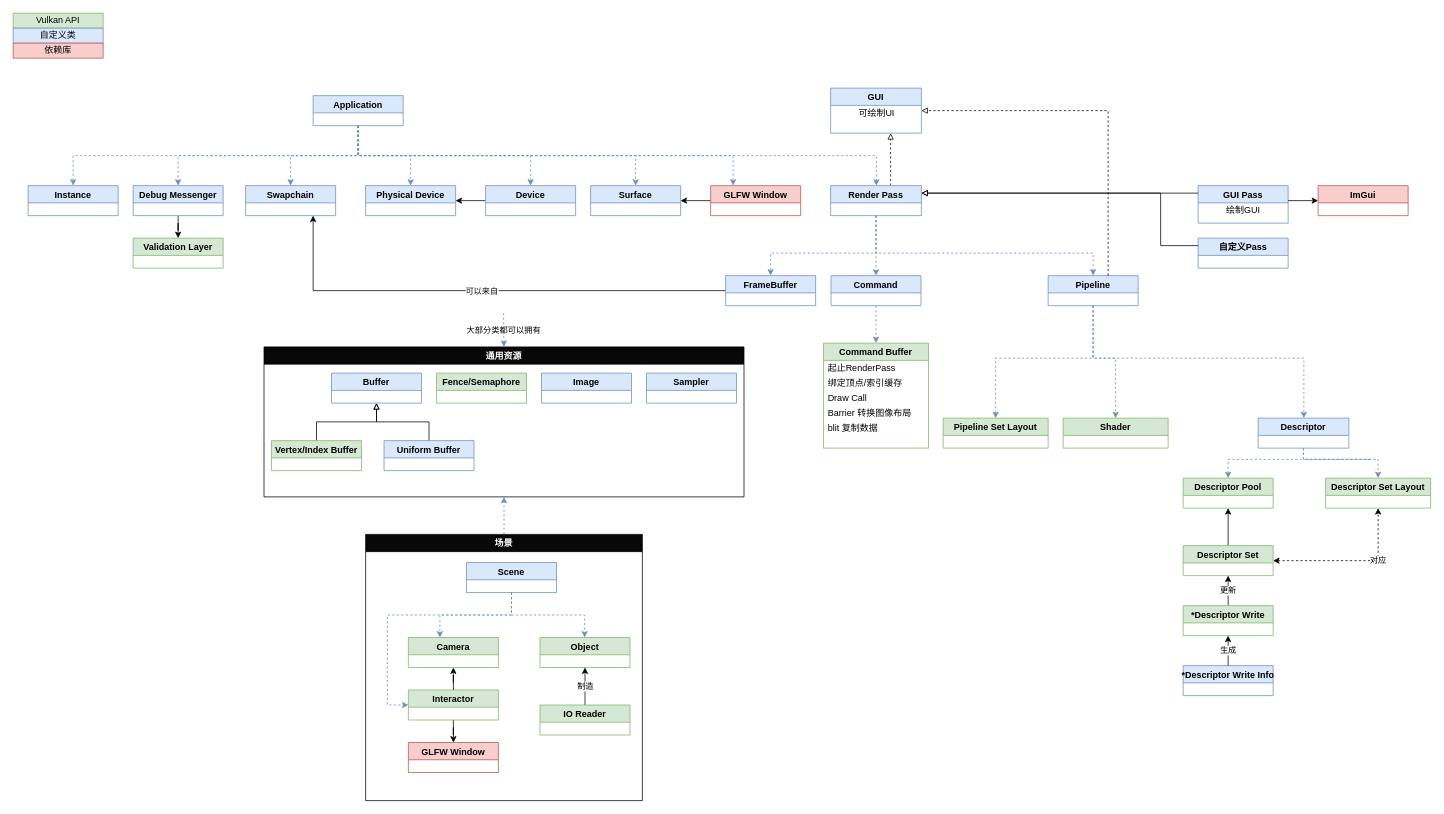
Earlier version of the draw.io diagram page "第 2 页" (2 of 2) of Doc/SequenceGraph.drawio (AllocBlock/goldsrc-renderer). Source tidied: cells renumbered, new cells numbered last; positions are measured from the earlier drawing's top-left corner, leaving out a move shared by most shapes. Both pictures are drawn from the tidied source at 75%, with x=0, y=0 at pixel (13, 13).
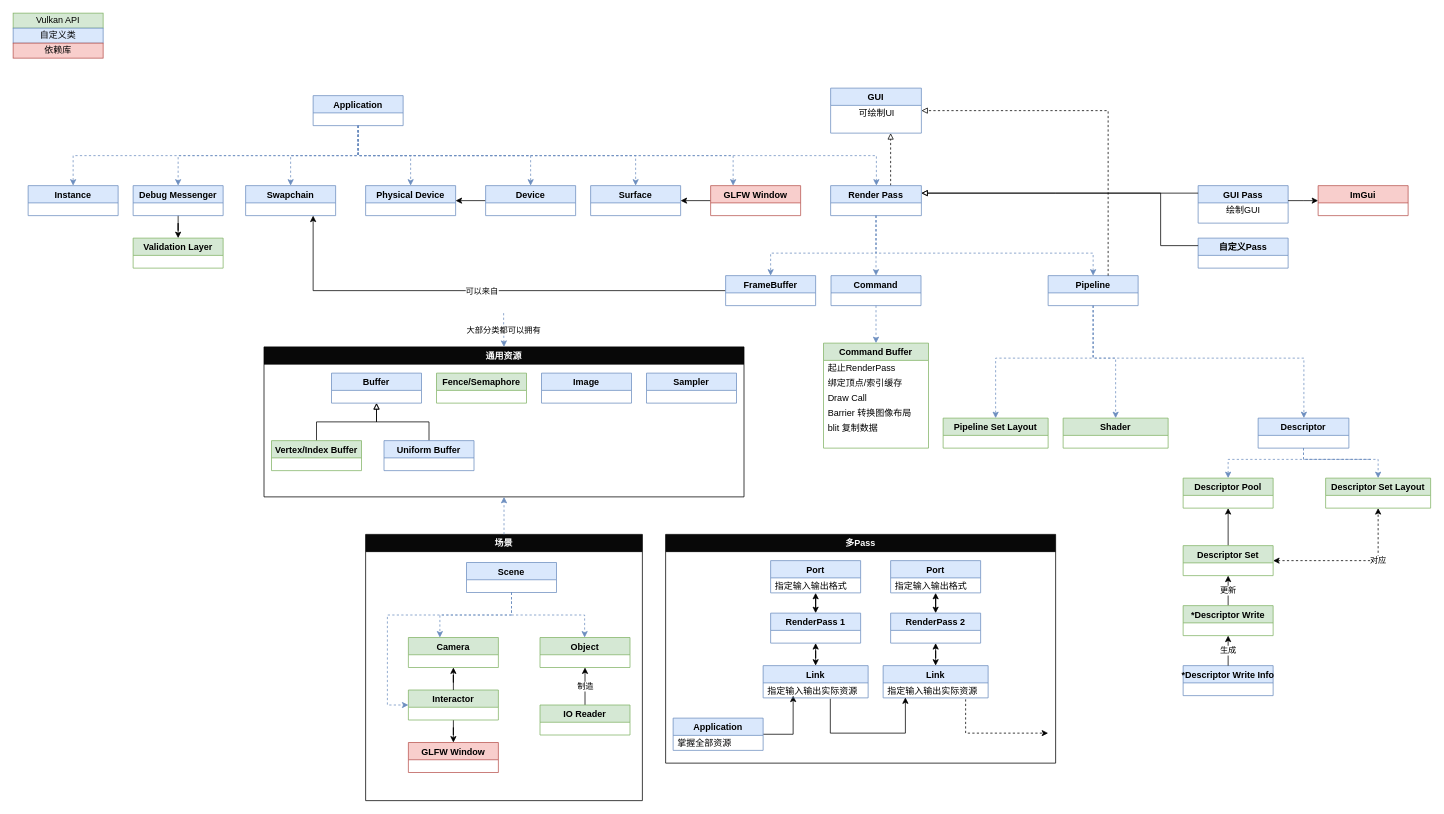
The same diagram, later.

Change to the diagram source:
```diff
@@
+    <mxCell id="93" value="多Pass" style="swimlane;labelBackgroundColor=none;fontColor=#FCFCFC;fillColor=#080808;" parent="1" vertex="1">
+      <mxGeometry x="870" y="695" width="520" height="305" as="geometry" />
+    </mxCell>
+    <mxCell id="94" style="edgeStyle=orthogonalEdgeStyle;rounded=0;jettySize=auto;html=1;startArrow=classic;startFill=1;" parent="93" edge="1" source="95" target="102">
+      <mxGeometry relative="1" as="geometry" />
+    </mxCell>
+    <mxCell id="95" value="RenderPass 1" style="swimlane;fillColor=#dae8fc;strokeColor=#6c8ebf;horizontal=1;startSize=23;" parent="93" vertex="1">
+      <mxGeometry x="140" y="105" width="120" height="40" as="geometry" />
+    </mxCell>
+    <mxCell id="96" style="edgeStyle=orthogonalEdgeStyle;rounded=0;jettySize=auto;html=1;entryX=0.286;entryY=0.85;entryDx=0;entryDy=0;entryPerimeter=0;" parent="93" edge="1" source="97" target="101">
+      <mxGeometry relative="1" as="geometry">
+        <Array as="points">
+          <mxPoint x="170" y="267" />
+        </Array>
+      </mxGeometry>
+    </mxCell>
+    <mxCell id="97" value="Application" style="swimlane;fillColor=#dae8fc;strokeColor=#6c8ebf;horizontal=1;startSize=23;" parent="93" vertex="1">
+      <mxGeometry x="10" y="245" width="120" height="43" as="geometry" />
+    </mxCell>
+    <mxCell id="98" value="掌握全部资源" style="text;strokeColor=none;fillColor=none;align=left;verticalAlign=middle;spacingLeft=4;spacingRight=4;overflow=hidden;" parent="97" vertex="1">
+      <mxGeometry y="23" width="120" height="20" as="geometry" />
+    </mxCell>
+    <mxCell id="99" style="edgeStyle=orthogonalEdgeStyle;rounded=0;jettySize=auto;html=1;startArrow=classic;startFill=1;" parent="93" edge="1" source="100" target="95">
+      <mxGeometry relative="1" as="geometry" />
+    </mxCell>
+    <mxCell id="100" value="Link" style="swimlane;fillColor=#dae8fc;strokeColor=#6c8ebf;horizontal=1;startSize=23;" parent="93" vertex="1">
+      <mxGeometry x="130" y="175" width="140" height="43" as="geometry" />
+    </mxCell>
+    <mxCell id="101" value="指定输入输出实际资源" style="text;strokeColor=none;fillColor=none;align=left;verticalAlign=middle;spacingLeft=4;spacingRight=4;overflow=hidden;points=[[0,0.5],[1,0.5]];portConstraint=eastwest;" parent="100" vertex="1">
+      <mxGeometry y="23" width="140" height="20" as="geometry" />
+    </mxCell>
+    <mxCell id="102" value="Port" style="swimlane;fillColor=#dae8fc;strokeColor=#6c8ebf;horizontal=1;startSize=23;" parent="93" vertex="1">
+      <mxGeometry x="140" y="35" width="120" height="43" as="geometry" />
+    </mxCell>
+    <mxCell id="103" value="指定输入输出格式" style="text;strokeColor=none;fillColor=none;align=left;verticalAlign=middle;spacingLeft=4;spacingRight=4;overflow=hidden;" parent="102" vertex="1">
+      <mxGeometry y="23" width="120" height="20" as="geometry" />
+    </mxCell>
+    <mxCell id="104" style="edgeStyle=orthogonalEdgeStyle;rounded=0;jettySize=auto;html=1;startArrow=classic;startFill=1;" parent="93" edge="1" source="105" target="109">
+      <mxGeometry relative="1" as="geometry" />
+    </mxCell>
+    <mxCell id="105" value="RenderPass 2" style="swimlane;fillColor=#dae8fc;strokeColor=#6c8ebf;horizontal=1;startSize=23;" parent="93" vertex="1">
+      <mxGeometry x="300" y="105" width="120" height="40" as="geometry" />
+    </mxCell>
+    <mxCell id="106" style="edgeStyle=orthogonalEdgeStyle;rounded=0;jettySize=auto;html=1;startArrow=classic;startFill=1;" parent="93" edge="1" source="107" target="105">
+      <mxGeometry relative="1" as="geometry" />
+    </mxCell>
+    <mxCell id="107" value="Link" style="swimlane;fillColor=#dae8fc;strokeColor=#6c8ebf;horizontal=1;startSize=23;" parent="93" vertex="1">
+      <mxGeometry x="290" y="175" width="140" height="43" as="geometry" />
+    </mxCell>
+    <mxCell id="108" value="指定输入输出实际资源" style="text;strokeColor=none;fillColor=none;align=left;verticalAlign=middle;spacingLeft=4;spacingRight=4;overflow=hidden;points=[[0,0.5],[1,0.5]];portConstraint=eastwest;" parent="107" vertex="1">
+      <mxGeometry y="23" width="140" height="20" as="geometry" />
+    </mxCell>
+    <mxCell id="109" value="Port" style="swimlane;fillColor=#dae8fc;strokeColor=#6c8ebf;horizontal=1;startSize=23;" parent="93" vertex="1">
+      <mxGeometry x="300" y="35" width="120" height="43" as="geometry" />
+    </mxCell>
+    <mxCell id="110" value="指定输入输出格式" style="text;strokeColor=none;fillColor=none;align=left;verticalAlign=middle;spacingLeft=4;spacingRight=4;overflow=hidden;" parent="109" vertex="1">
+      <mxGeometry y="23" width="120" height="20" as="geometry" />
+    </mxCell>
+    <mxCell id="111" style="edgeStyle=orthogonalEdgeStyle;rounded=0;jettySize=auto;html=1;exitX=0.64;exitY=1.06;exitDx=0;exitDy=0;exitPerimeter=0;entryX=0.212;entryY=0.967;entryDx=0;entryDy=0;entryPerimeter=0;" parent="93" edge="1" source="101" target="108">
+      <mxGeometry relative="1" as="geometry">
+        <Array as="points">
+          <mxPoint x="220" y="265" />
+          <mxPoint x="320" y="265" />
+          <mxPoint x="320" y="217" />
+        </Array>
+      </mxGeometry>
+    </mxCell>
+    <mxCell id="112" style="edgeStyle=orthogonalEdgeStyle;rounded=0;orthogonalLoop=1;jettySize=auto;html=1;exitX=0.64;exitY=1.06;exitDx=0;exitDy=0;exitPerimeter=0;dashed=1;" parent="93" edge="1">
+      <mxGeometry relative="1" as="geometry">
+        <mxPoint x="400" y="219.9" as="sourcePoint" />
+        <mxPoint x="510" y="265" as="targetPoint" />
+        <Array as="points">
+          <mxPoint x="400" y="265" />
+        </Array>
+      </mxGeometry>
+    </mxCell>
```
